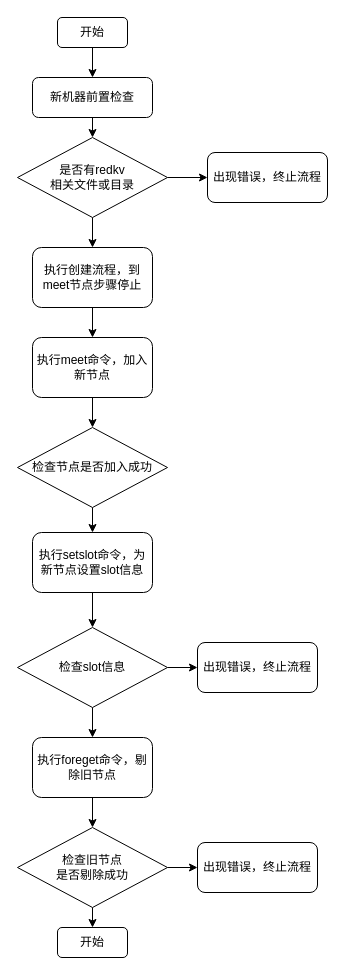
Earlier version of the draw.io diagram images/故障运维流程图.drawio (FishYoung/Learning-redis). Source tidied: cells renumbered, new cells numbered last; positions are measured from the earlier drawing's top-left corner, leaving out a move shared by most shapes. Both pictures are drawn from the tidied source at 100%, with x=0, y=0 at pixel (17, 17).
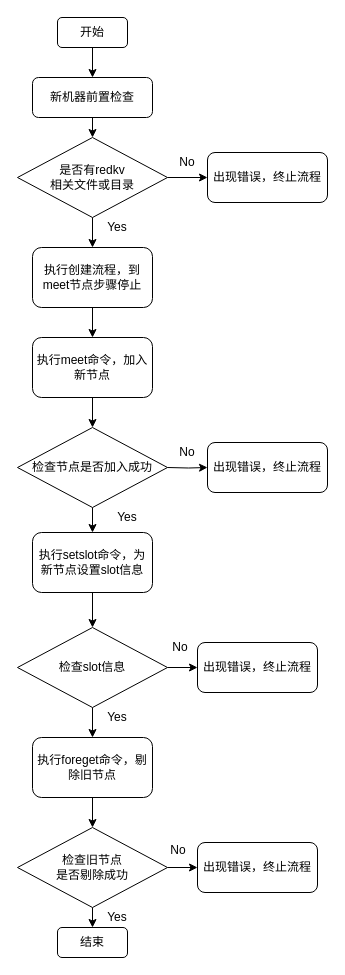
Above is the later version.

Commit message:
Update 故障运维流程图.drawio

Unchanged cells that the change refers to:
```xml
<mxCell id="24" value="检查旧节点&lt;br&gt;是否剔除成功" style="rhombus;whiteSpace=wrap;html=1;" parent="1" vertex="1">
  <mxGeometry y="810" width="150" height="80" as="geometry" />
</mxCell>
```

Change to the diagram source:
```diff
@@
-    <mxCell id="23" style="edgeStyle=orthogonalEdgeStyle;rounded=0;jettySize=auto;html=1;exitX=0.5;exitY=1;exitDx=0;exitDy=0;entryX=0.5;entryY=0;entryDx=0;entryDy=0;" parent="1" edge="1" source="24" target="28">
-      <mxGeometry relative="1" as="geometry" />
-    </mxCell>
+    <mxCell id="29" style="edgeStyle=orthogonalEdgeStyle;rounded=0;jettySize=auto;html=1;exitX=0.5;exitY=1;exitDx=0;exitDy=0;entryX=0.5;entryY=0;entryDx=0;entryDy=0;" parent="1" edge="1" source="24" target="30">
+      <mxGeometry relative="1" as="geometry" />
+    </mxCell>
@@
-    <mxCell id="28" value="开始" style="rounded=1;whiteSpace=wrap;html=1;" parent="1" vertex="1">
-      <mxGeometry x="40" y="910" width="70" height="30" as="geometry" />
-    </mxCell>
+    <mxCell id="30" value="结束" style="rounded=1;whiteSpace=wrap;html=1;" parent="1" vertex="1">
+      <mxGeometry x="40" y="910" width="70" height="30" as="geometry" />
+    </mxCell>
+    <mxCell id="31" value="Yes" style="text;html=1;strokeColor=none;fillColor=none;align=center;verticalAlign=middle;whiteSpace=wrap;rounded=0;" parent="1" vertex="1">
+      <mxGeometry x="80" y="200" width="40" height="20" as="geometry" />
+    </mxCell>
+    <mxCell id="32" value="Yes" style="text;html=1;strokeColor=none;fillColor=none;align=center;verticalAlign=middle;whiteSpace=wrap;rounded=0;" parent="1" vertex="1">
+      <mxGeometry x="90" y="490" width="40" height="20" as="geometry" />
+    </mxCell>
+    <mxCell id="33" value="No" style="text;html=1;strokeColor=none;fillColor=none;align=center;verticalAlign=middle;whiteSpace=wrap;rounded=0;" parent="1" vertex="1">
+      <mxGeometry x="150" y="135" width="40" height="20" as="geometry" />
+    </mxCell>
+    <mxCell id="34" style="edgeStyle=orthogonalEdgeStyle;rounded=0;jettySize=auto;html=1;exitX=1;exitY=0.5;exitDx=0;exitDy=0;" parent="1" edge="1" target="35">
+      <mxGeometry relative="1" as="geometry">
+        <mxPoint x="150" y="450" as="sourcePoint" />
+      </mxGeometry>
+    </mxCell>
+    <mxCell id="35" value="出现错误，终止流程" style="rounded=1;whiteSpace=wrap;html=1;" parent="1" vertex="1">
+      <mxGeometry x="190" y="425" width="120" height="50" as="geometry" />
+    </mxCell>
+    <mxCell id="36" value="No" style="text;html=1;strokeColor=none;fillColor=none;align=center;verticalAlign=middle;whiteSpace=wrap;rounded=0;" parent="1" vertex="1">
+      <mxGeometry x="150" y="425" width="40" height="20" as="geometry" />
+    </mxCell>
+    <mxCell id="37" value="Yes" style="text;html=1;strokeColor=none;fillColor=none;align=center;verticalAlign=middle;whiteSpace=wrap;rounded=0;" parent="1" vertex="1">
+      <mxGeometry x="80" y="690" width="40" height="20" as="geometry" />
+    </mxCell>
+    <mxCell id="38" value="Yes" style="text;html=1;strokeColor=none;fillColor=none;align=center;verticalAlign=middle;whiteSpace=wrap;rounded=0;" parent="1" vertex="1">
+      <mxGeometry x="80" y="890" width="40" height="20" as="geometry" />
+    </mxCell>
+    <mxCell id="39" value="No" style="text;html=1;strokeColor=none;fillColor=none;align=center;verticalAlign=middle;whiteSpace=wrap;rounded=0;" parent="1" vertex="1">
+      <mxGeometry x="138" y="620" width="50" height="20" as="geometry" />
+    </mxCell>
+    <mxCell id="40" value="No" style="text;html=1;strokeColor=none;fillColor=none;align=center;verticalAlign=middle;whiteSpace=wrap;rounded=0;" parent="1" vertex="1">
+      <mxGeometry x="141" y="823" width="40" height="20" as="geometry" />
+    </mxCell>
```
